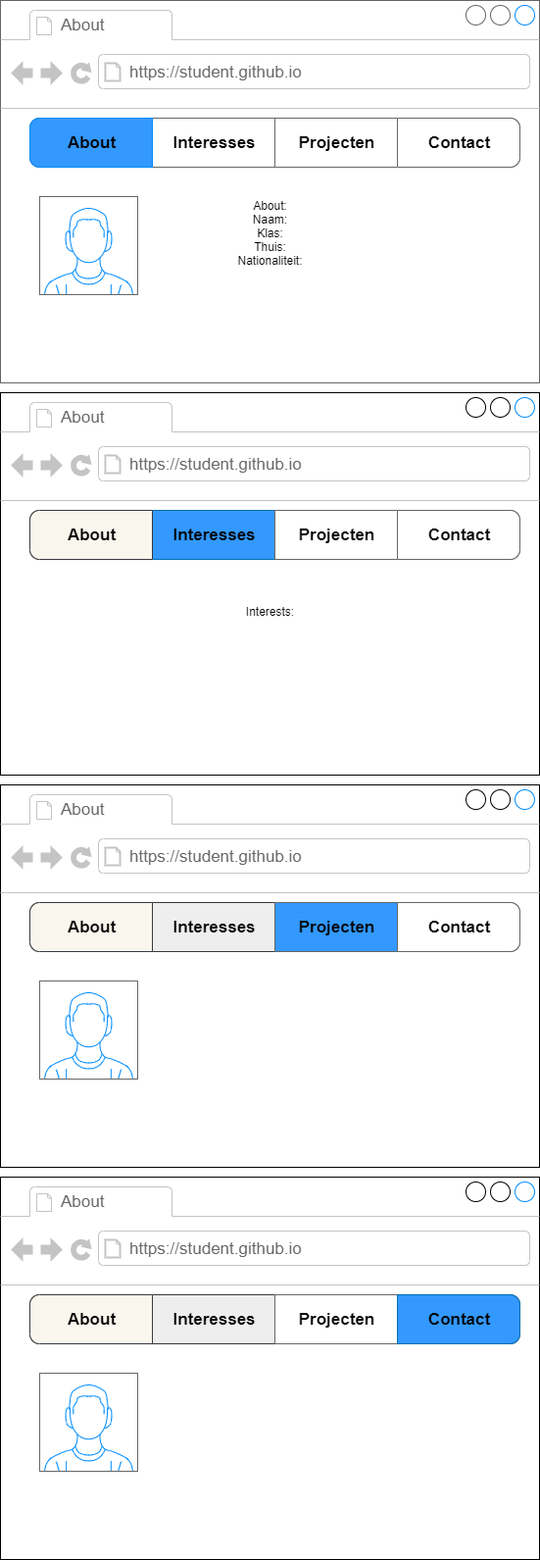
Earlier version of the draw.io export 01-Challenge/Taak02-Ontwerpen/student-wireframe.drawio.png (MiloBot2/Challenge-Portfolio). Source tidied: cells renumbered, new cells last; positions are measured from the earlier drawing's top-left corner, leaving out a move shared by most shapes.
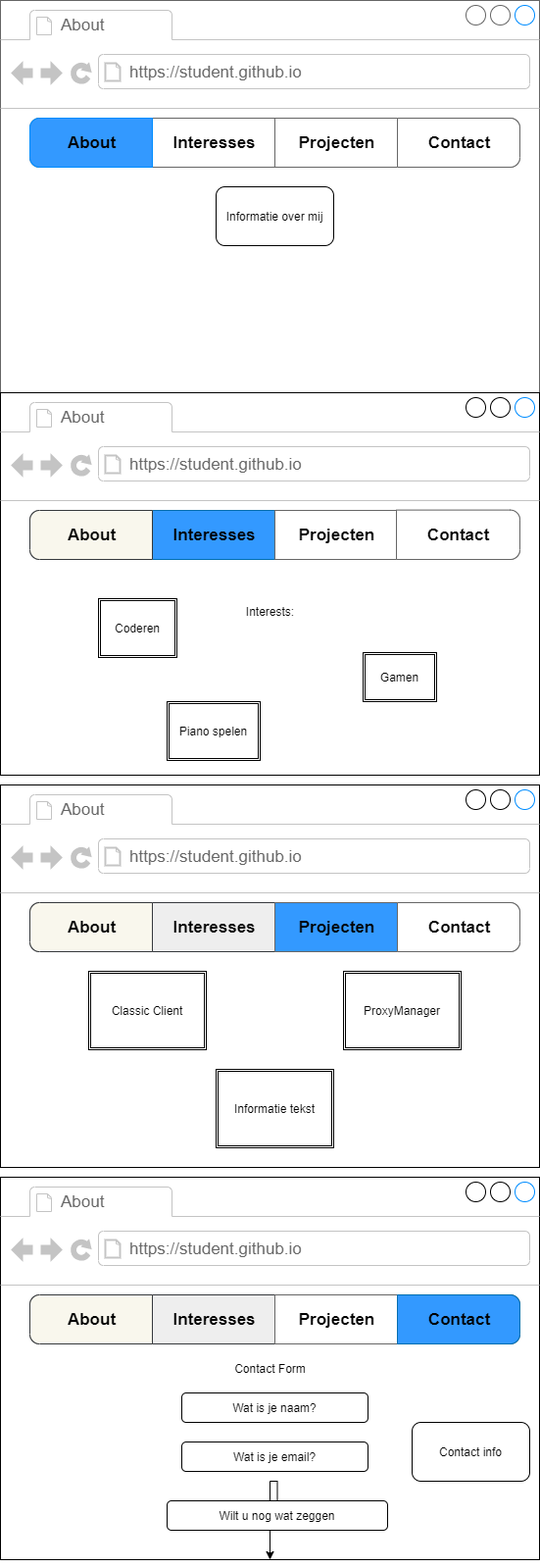
Above is the later version.

What changed in the source:
```diff
@@ -2,8 +2,8 @@
   <root>
     <mxCell id="0" />
     <mxCell id="1" parent="0" />
-    <mxCell id="2" value="&lt;br&gt;&lt;br&gt;&lt;br&gt;&lt;br&gt;&lt;br&gt;&lt;br&gt;About:&lt;br&gt;Naam:&lt;br&gt;Klas:&lt;br&gt;Thuis:&lt;br&gt;Nationaliteit:" style="strokeWidth=1;shadow=0;dashed=0;align=center;html=1;shape=mxgraph.mockup.containers.browserWindow;rSize=0;strokeColor=#666666;strokeColor2=#008cff;strokeColor3=#c4c4c4;mainText=,;" parent="1" vertex="1">
-      <mxGeometry width="550" height="390" as="geometry" />
+    <mxCell id="2" style="strokeWidth=1;shadow=0;dashed=0;align=center;html=1;shape=mxgraph.mockup.containers.browserWindow;rSize=0;strokeColor=#666666;strokeColor2=#008cff;strokeColor3=#c4c4c4;mainText=,;" parent="1" vertex="1">
+      <mxGeometry width="550" height="440" as="geometry" />
     </mxCell>
     <mxCell id="3" value="About" style="strokeWidth=1;shadow=0;dashed=0;align=center;html=1;shape=mxgraph.mockup.containers.anchor;fontSize=17;fontColor=#666666;align=left;" parent="2" vertex="1">
       <mxGeometry x="60" y="12" width="110" height="26" as="geometry" />
@@ -11,9 +11,6 @@
     <mxCell id="4" value="https://student.github.io" style="strokeWidth=1;shadow=0;dashed=0;align=center;html=1;shape=mxgraph.mockup.containers.anchor;rSize=0;fontSize=17;fontColor=#666666;align=left;" parent="2" vertex="1">
       <mxGeometry x="130" y="60" width="250" height="26" as="geometry" />
     </mxCell>
-    <mxCell id="5" style="verticalLabelPosition=bottom;shadow=0;dashed=0;align=center;html=1;verticalAlign=top;strokeWidth=1;shape=mxgraph.mockup.containers.userMale;strokeColor=#666666;strokeColor2=#008cff;" parent="2" vertex="1">
-      <mxGeometry x="40" y="200" width="100" height="100" as="geometry" />
-    </mxCell>
     <mxCell id="6" style="strokeWidth=1;shadow=0;dashed=0;align=center;html=1;shape=mxgraph.mockup.rrect;rSize=10;fillColor=#ffffff;strokeColor=#666666;" parent="2" vertex="1">
       <mxGeometry x="30" y="120" width="500" height="50" as="geometry" />
     </mxCell>
@@ -35,6 +32,9 @@
     <mxCell id="10" value="&lt;font color=&quot;#000000&quot;&gt;About&lt;/font&gt;" style="strokeWidth=1;shadow=0;dashed=0;align=center;html=1;shape=mxgraph.mockup.leftButton;rSize=10;fontSize=17;fontColor=#ffffff;fontStyle=1;strokeColor=#008cff;fillColor=#3399FF;" parent="6" vertex="1">
       <mxGeometry width="125" height="50" relative="1" as="geometry" />
     </mxCell>
+    <mxCell id="37" value="Informatie over mij" style="rounded=1;whiteSpace=wrap;html=1;" parent="2" vertex="1">
+      <mxGeometry x="220" y="190" width="120" height="60" as="geometry" />
+    </mxCell>
     <mxCell id="11" value="&lt;br&gt;&lt;br&gt;&lt;br&gt;&lt;br&gt;Interests:" style="strokeWidth=1;shadow=0;dashed=0;align=center;html=1;shape=mxgraph.mockup.containers.browserWindow;rSize=0;strokeColor2=#008cff;strokeColor3=#c4c4c4;mainText=,;" parent="1" vertex="1">
       <mxGeometry y="400" width="550" height="390" as="geometry" />
     </mxCell>
@@ -58,13 +58,22 @@
       </mxGeometry>
     </mxCell>
     <mxCell id="17" value="&lt;font color=&quot;#000000&quot;&gt;Contact&lt;/font&gt;" style="strokeColor=inherit;fillColor=inherit;gradientColor=inherit;strokeWidth=1;shadow=0;dashed=0;align=center;html=1;shape=mxgraph.mockup.rightButton;rSize=10;fontSize=17;fontColor=#666666;fontStyle=1;" parent="14" vertex="1">
-      <mxGeometry x="1" width="125" height="50" relative="1" as="geometry">
-        <mxPoint x="-125" as="offset" />
+      <mxGeometry x="1" width="126" height="50.4" relative="1" as="geometry">
+        <mxPoint x="-126" y="-0.4" as="offset" />
       </mxGeometry>
     </mxCell>
     <mxCell id="18" value="&lt;font color=&quot;#000000&quot;&gt;About&lt;/font&gt;" style="strokeWidth=1;shadow=0;dashed=0;align=center;html=1;shape=mxgraph.mockup.leftButton;rSize=10;fontSize=17;fontStyle=1;fillColor=#f9f7ed;strokeColor=#36393d;" parent="14" vertex="1">
       <mxGeometry width="125" height="50" relative="1" as="geometry" />
     </mxCell>
+    <mxCell id="38" value="Coderen" style="shape=ext;double=1;rounded=0;whiteSpace=wrap;html=1;" parent="11" vertex="1">
+      <mxGeometry x="100" y="210" width="80" height="60" as="geometry" />
+    </mxCell>
+    <mxCell id="39" value="Piano spelen" style="shape=ext;double=1;rounded=0;whiteSpace=wrap;html=1;" parent="11" vertex="1">
+      <mxGeometry x="170" y="315" width="95" height="60" as="geometry" />
+    </mxCell>
+    <mxCell id="40" value="Gamen" style="shape=ext;double=1;rounded=0;whiteSpace=wrap;html=1;" parent="11" vertex="1">
+      <mxGeometry x="370" y="265" width="75" height="50" as="geometry" />
+    </mxCell>
     <mxCell id="19" style="strokeWidth=1;shadow=0;dashed=0;align=center;html=1;shape=mxgraph.mockup.containers.browserWindow;rSize=0;strokeColor2=#008cff;strokeColor3=#c4c4c4;mainText=,;" parent="1" vertex="1">
       <mxGeometry y="800" width="550" height="390" as="geometry" />
     </mxCell>
@@ -74,9 +83,6 @@
     <mxCell id="21" value="https://student.github.io" style="strokeWidth=1;shadow=0;dashed=0;align=center;html=1;shape=mxgraph.mockup.containers.anchor;rSize=0;fontSize=17;fontColor=#666666;align=left;" parent="19" vertex="1">
       <mxGeometry x="130" y="60" width="250" height="26" as="geometry" />
     </mxCell>
-    <mxCell id="22" style="verticalLabelPosition=bottom;shadow=0;dashed=0;align=center;html=1;verticalAlign=top;strokeWidth=1;shape=mxgraph.mockup.containers.userMale;strokeColor=#666666;strokeColor2=#008cff;" parent="19" vertex="1">
-      <mxGeometry x="40" y="200" width="100" height="100" as="geometry" />
-    </mxCell>
     <mxCell id="23" style="strokeWidth=1;shadow=0;dashed=0;align=center;html=1;shape=mxgraph.mockup.rrect;rSize=10;fillColor=#ffffff;strokeColor=#666666;" parent="19" vertex="1">
       <mxGeometry x="30" y="120" width="500" height="50" as="geometry" />
     </mxCell>
@@ -98,7 +104,16 @@
     <mxCell id="27" value="&lt;font color=&quot;#000000&quot;&gt;About&lt;/font&gt;" style="strokeWidth=1;shadow=0;dashed=0;align=center;html=1;shape=mxgraph.mockup.leftButton;rSize=10;fontSize=17;fontStyle=1;fillColor=#f9f7ed;strokeColor=#36393d;" parent="23" vertex="1">
       <mxGeometry width="125" height="50" relative="1" as="geometry" />
     </mxCell>
+    <mxCell id="41" value="Classic Client" style="shape=ext;double=1;rounded=0;whiteSpace=wrap;html=1;" parent="19" vertex="1">
+      <mxGeometry x="90" y="190" width="120" height="80" as="geometry" />
+    </mxCell>
+    <mxCell id="42" value="ProxyManager" style="shape=ext;double=1;rounded=0;whiteSpace=wrap;html=1;" parent="19" vertex="1">
+      <mxGeometry x="350" y="190" width="120" height="80" as="geometry" />
+    </mxCell>
+    <mxCell id="43" value="Informatie tekst" style="shape=ext;double=1;rounded=0;whiteSpace=wrap;html=1;" parent="19" vertex="1">
+      <mxGeometry x="220" y="290" width="120" height="80" as="geometry" />
+    </mxCell>
-    <mxCell id="28" style="strokeWidth=1;shadow=0;dashed=0;align=center;html=1;shape=mxgraph.mockup.containers.browserWindow;rSize=0;strokeColor2=#008cff;strokeColor3=#c4c4c4;mainText=,;" parent="1" vertex="1">
+    <mxCell id="28" value="Contact Form" style="strokeWidth=1;shadow=0;dashed=0;align=center;html=1;shape=mxgraph.mockup.containers.browserWindow;rSize=0;strokeColor2=#008cff;strokeColor3=#c4c4c4;mainText=,;" parent="1" vertex="1">
       <mxGeometry y="1200" width="550" height="390" as="geometry" />
     </mxCell>
     <mxCell id="29" value="About" style="strokeWidth=1;shadow=0;dashed=0;align=center;html=1;shape=mxgraph.mockup.containers.anchor;fontSize=17;fontColor=#666666;align=left;" parent="28" vertex="1">
@@ -107,9 +122,6 @@
     <mxCell id="30" value="https://student.github.io" style="strokeWidth=1;shadow=0;dashed=0;align=center;html=1;shape=mxgraph.mockup.containers.anchor;rSize=0;fontSize=17;fontColor=#666666;align=left;" parent="28" vertex="1">
       <mxGeometry x="130" y="60" width="250" height="26" as="geometry" />
     </mxCell>
-    <mxCell id="31" style="verticalLabelPosition=bottom;shadow=0;dashed=0;align=center;html=1;verticalAlign=top;strokeWidth=1;shape=mxgraph.mockup.containers.userMale;strokeColor=#666666;strokeColor2=#008cff;" parent="28" vertex="1">
-      <mxGeometry x="40" y="200" width="100" height="100" as="geometry" />
-    </mxCell>
     <mxCell id="32" style="strokeWidth=1;shadow=0;dashed=0;align=center;html=1;shape=mxgraph.mockup.rrect;rSize=10;fillColor=#ffffff;strokeColor=#666666;" parent="28" vertex="1">
       <mxGeometry x="30" y="120" width="500" height="50" as="geometry" />
     </mxCell>
@@ -131,5 +143,20 @@
     <mxCell id="36" value="&lt;font color=&quot;#000000&quot;&gt;About&lt;/font&gt;" style="strokeWidth=1;shadow=0;dashed=0;align=center;html=1;shape=mxgraph.mockup.leftButton;rSize=10;fontSize=17;fontStyle=1;fillColor=#f9f7ed;strokeColor=#36393d;" parent="32" vertex="1">
       <mxGeometry width="125" height="50" relative="1" as="geometry" />
     </mxCell>
+    <mxCell id="44" value="Wat is je naam?" style="rounded=1;whiteSpace=wrap;html=1;" parent="28" vertex="1">
+      <mxGeometry x="185" y="220" width="190" height="30" as="geometry" />
+    </mxCell>
+    <mxCell id="45" value="Wat is je email?" style="rounded=1;whiteSpace=wrap;html=1;" parent="28" vertex="1">
+      <mxGeometry x="185" y="270" width="190" height="30" as="geometry" />
+    </mxCell>
+    <mxCell id="46" style="edgeStyle=orthogonalEdgeStyle;rounded=0;jettySize=auto;html=1;" parent="28" edge="1" source="47" target="28">
+      <mxGeometry relative="1" as="geometry" />
+    </mxCell>
+    <mxCell id="47" value="Wilt u nog wat zeggen" style="rounded=1;whiteSpace=wrap;html=1;" parent="28" vertex="1">
+      <mxGeometry x="170" y="330" width="225" height="30" as="geometry" />
+    </mxCell>
+    <mxCell id="48" value="Contact info" style="rounded=1;whiteSpace=wrap;html=1;" parent="28" vertex="1">
+      <mxGeometry x="420" y="250" width="120" height="60" as="geometry" />
+    </mxCell>
   </root>
 </mxGraphModel>
```
